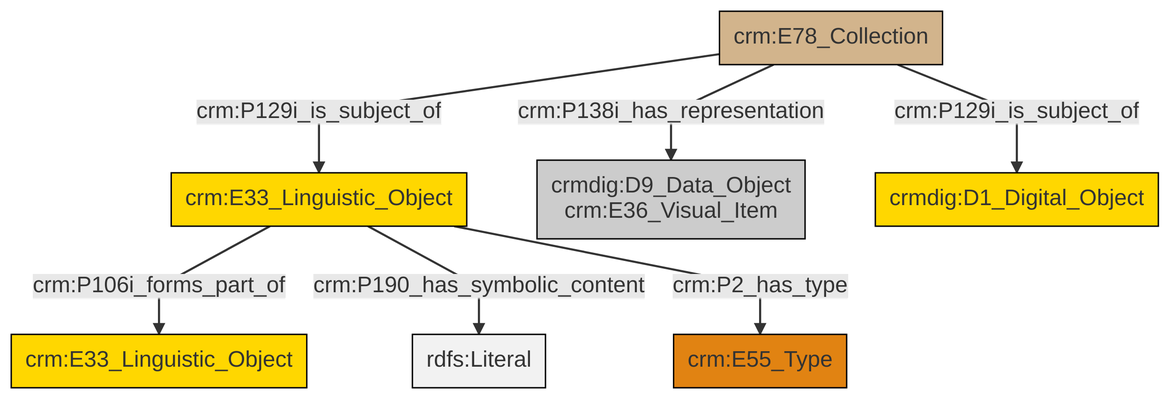
swiss-art-research-net/docs.swissartresearch keeps this Mermaid diagram as et/archivalCSV/ttl/mmd/png/archival_docs.png. Above is the earlier version. Its source is kept beside it as et/archivalCSV/ttl/mmd/archival_docs.ttl.mmd.
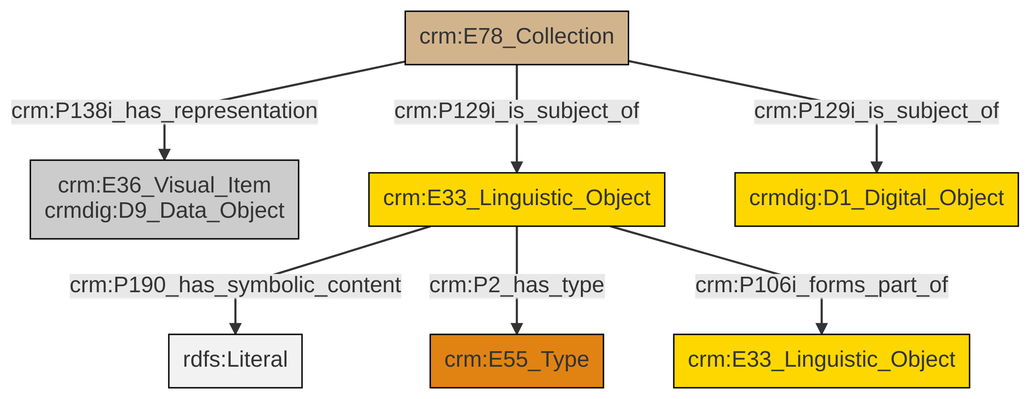
The same diagram one commit later.

Diff of the diagram source:
```diff
@@ -13,9 +13,9 @@
 classDef PC_Classes fill:#4ce600, stroke:#000000;
 classDef Multi fill:#cccccc,stroke:#000000;
 
-6["crm:E78_Collection"]:::Physical_Thing -->|crm:P129i_is_subject_of| 7["crmdig:D1_Digital_Object"]:::Conceptual_Object
-6["crm:E78_Collection"]:::Physical_Thing -->|crm:P129i_is_subject_of| 0["crm:E33_Linguistic_Object"]:::Conceptual_Object
-0["crm:E33_Linguistic_Object"]:::Conceptual_Object -->|crm:P106i_forms_part_of| 9["crm:E33_Linguistic_Object"]:::Conceptual_Object
-6["crm:E78_Collection"]:::Physical_Thing -->|crm:P138i_has_representation| 4["crmdig:D9_Data_Object<br>crm:E36_Visual_Item"]:::Multi
-0["crm:E33_Linguistic_Object"]:::Conceptual_Object -->|crm:P190_has_symbolic_content| 12[rdfs:Literal]:::Literal
-0["crm:E33_Linguistic_Object"]:::Conceptual_Object -->|crm:P2_has_type| 2["crm:E55_Type"]:::Type
+2["crm:E78_Collection"]:::Physical_Thing -->|crm:P129i_is_subject_of| 3["crm:E33_Linguistic_Object"]:::Conceptual_Object
+3["crm:E33_Linguistic_Object"]:::Conceptual_Object -->|crm:P190_has_symbolic_content| 12[rdfs:Literal]:::Literal
+3["crm:E33_Linguistic_Object"]:::Conceptual_Object -->|crm:P2_has_type| 4["crm:E55_Type"]:::Type
+2["crm:E78_Collection"]:::Physical_Thing -->|crm:P129i_is_subject_of| 8["crmdig:D1_Digital_Object"]:::Conceptual_Object
+3["crm:E33_Linguistic_Object"]:::Conceptual_Object -->|crm:P106i_forms_part_of| 6["crm:E33_Linguistic_Object"]:::Conceptual_Object
+2["crm:E78_Collection"]:::Physical_Thing -->|crm:P138i_has_representation| 0["crm:E36_Visual_Item<br>crmdig:D9_Data_Object"]:::Multi
```
